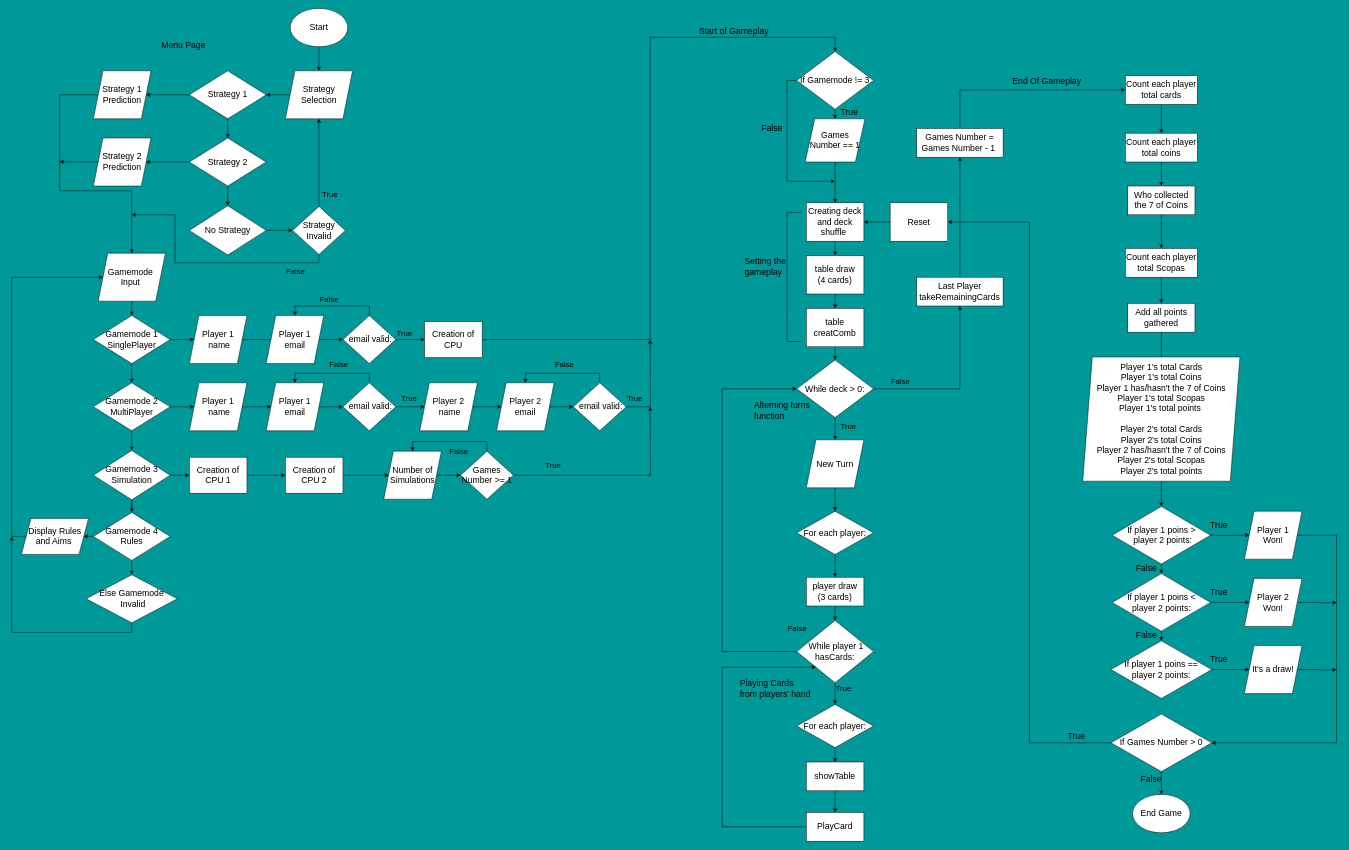
Earlier version of the draw.io diagram page "Scopa Card Game" (1 of 5) of Scopa python game/Scopa Game flowchart/Scopa Game Flowchart.drawio (ABellassai/ACC-AlessandroB2). Source tidied: cells renumbered, new cells numbered last; positions are measured from the earlier drawing's top-left corner, leaving out a move shared by most shapes. Both pictures are drawn from the tidied source at 48%, with x=0, y=0 at pixel (12, 8).
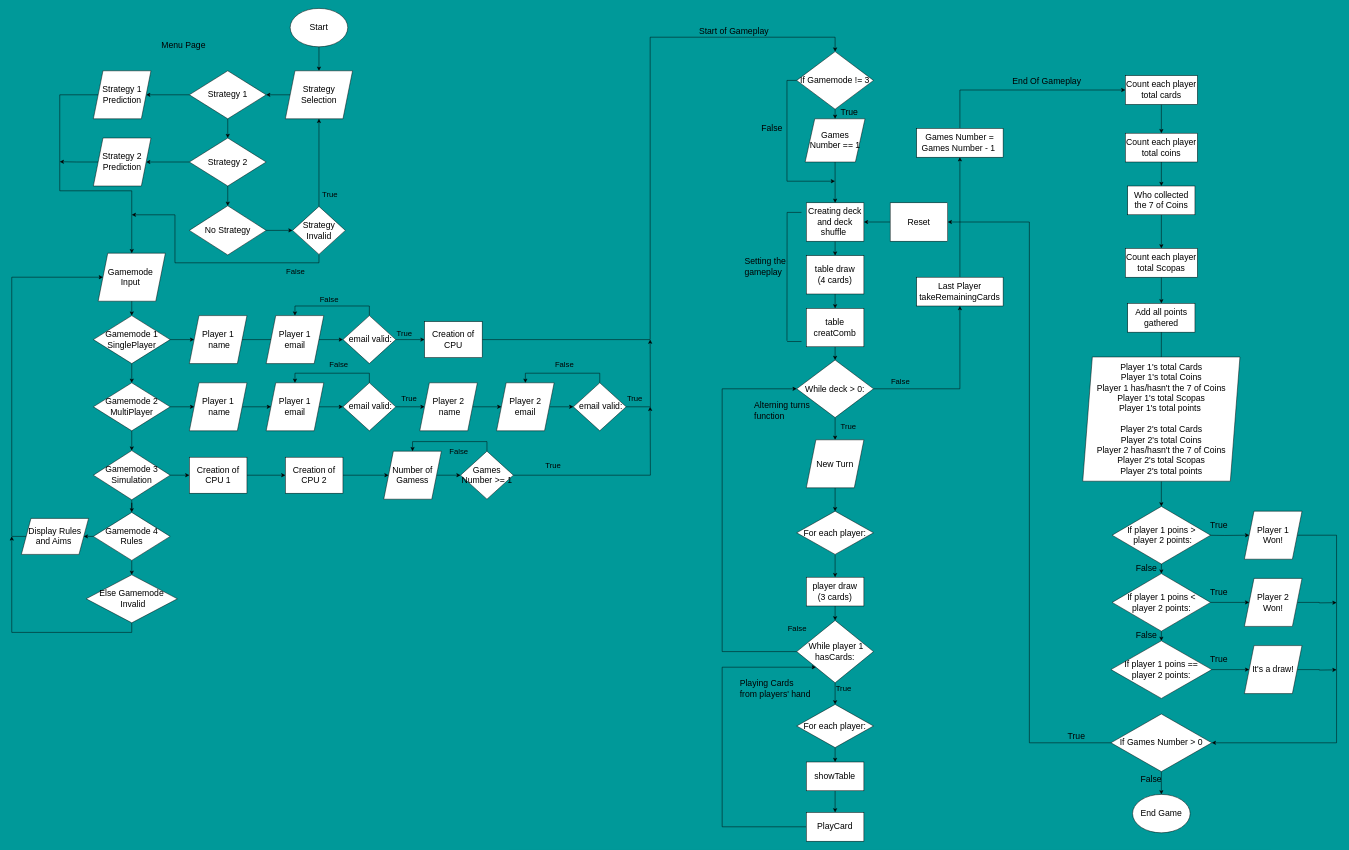
The same page after the edit.

Change to the diagram source:
```diff
@@
-    <mxCell id="53" value="Number of Simulations" style="shape=parallelogram;perimeter=parallelogramPerimeter;whiteSpace=wrap;html=1;fixedSize=1;fontSize=18;" parent="1" vertex="1">
+    <mxCell id="53" value="Number of Gamess" style="shape=parallelogram;perimeter=parallelogramPerimeter;whiteSpace=wrap;html=1;fixedSize=1;fontSize=18;" parent="1" vertex="1">
       <mxGeometry x="775" y="922.5" width="120" height="100" as="geometry" />
     </mxCell>
```
